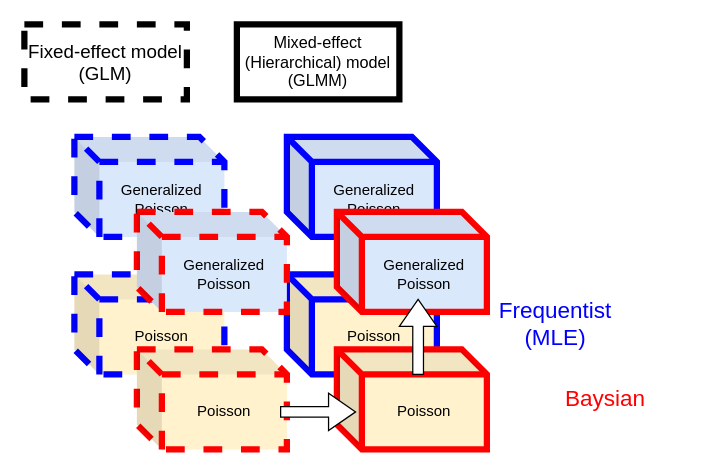
Above: modelping-progression.drawio in cld4h/draw.io-documents (draw.io), before the change. Source tidied: cells renumbered, new cells numbered last; positions are measured from the earlier drawing's top-left corner, leaving out a move shared by most shapes. Both pictures are drawn from the tidied source at 125%, with x=0, y=0 at pixel (24, 24).
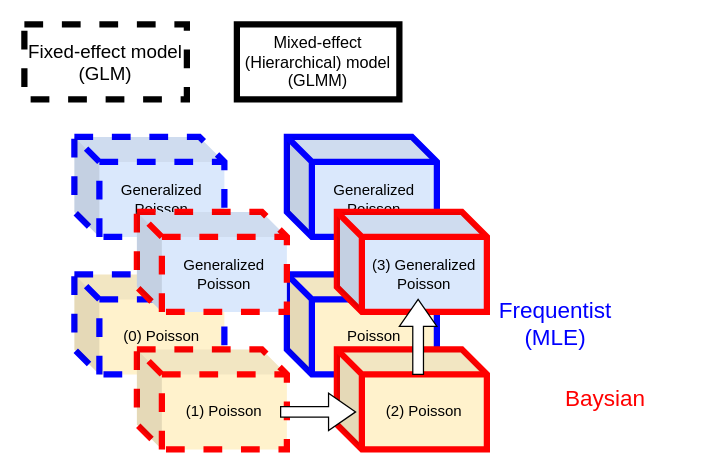
Above is the later version.

Change to the diagram source:
```diff
@@
 <mxGraphModel>
   <root>
     <mxCell id="0" />
     <mxCell id="1" parent="0" />
-    <mxCell id="2" value="Poisson" style="shape=cube;whiteSpace=wrap;html=1;boundedLbl=1;backgroundOutline=1;darkOpacity=0.05;darkOpacity2=0.1;fillColor=#fff2cc;strokeColor=#0000FF;strokeWidth=5;dashed=1;" parent="1" vertex="1">
+    <mxCell id="2" value="(0) Poisson" style="shape=cube;whiteSpace=wrap;html=1;boundedLbl=1;backgroundOutline=1;darkOpacity=0.05;darkOpacity2=0.1;fillColor=#fff2cc;strokeColor=#0000FF;strokeWidth=5;dashed=1;" parent="1" vertex="1">
       <mxGeometry x="40" y="200" width="120" height="80" as="geometry" />
     </mxCell>
-    <mxCell id="3" value="Poisson" style="shape=cube;whiteSpace=wrap;html=1;boundedLbl=1;backgroundOutline=1;darkOpacity=0.05;darkOpacity2=0.1;fillColor=#fff2cc;strokeColor=#FF0000;strokeWidth=5;dashed=1;" parent="1" vertex="1">
+    <mxCell id="3" value="(1) Poisson" style="shape=cube;whiteSpace=wrap;html=1;boundedLbl=1;backgroundOutline=1;darkOpacity=0.05;darkOpacity2=0.1;fillColor=#fff2cc;strokeColor=#FF0000;strokeWidth=5;dashed=1;" parent="1" vertex="1">
       <mxGeometry x="90" y="260" width="120" height="80" as="geometry" />
     </mxCell>
     <mxCell id="4" value="Poisson" style="shape=cube;whiteSpace=wrap;html=1;boundedLbl=1;backgroundOutline=1;darkOpacity=0.05;darkOpacity2=0.1;fillColor=#fff2cc;strokeColor=#0000FF;strokeWidth=5;" parent="1" vertex="1">
       <mxGeometry x="210" y="200" width="120" height="80" as="geometry" />
     </mxCell>
-    <mxCell id="5" value="Poisson" style="shape=cube;whiteSpace=wrap;html=1;boundedLbl=1;backgroundOutline=1;darkOpacity=0.05;darkOpacity2=0.1;fillColor=#fff2cc;strokeColor=#FF0000;strokeWidth=5;" parent="1" vertex="1">
+    <mxCell id="5" value="(2) Poisson" style="shape=cube;whiteSpace=wrap;html=1;boundedLbl=1;backgroundOutline=1;darkOpacity=0.05;darkOpacity2=0.1;fillColor=#fff2cc;strokeColor=#FF0000;strokeWidth=5;" parent="1" vertex="1">
       <mxGeometry x="250" y="260" width="120" height="80" as="geometry" />
     </mxCell>
     <mxCell id="6" value="Generalized Poisson" style="shape=cube;whiteSpace=wrap;html=1;boundedLbl=1;backgroundOutline=1;darkOpacity=0.05;darkOpacity2=0.1;fillColor=#dae8fc;strokeColor=#0000FF;strokeWidth=5;dashed=1;" parent="1" vertex="1">
       <mxGeometry x="40" y="90" width="120" height="80" as="geometry" />
     </mxCell>
     <mxCell id="7" value="Generalized Poisson" style="shape=cube;whiteSpace=wrap;html=1;boundedLbl=1;backgroundOutline=1;darkOpacity=0.05;darkOpacity2=0.1;fillColor=#dae8fc;strokeColor=#FF0000;strokeWidth=5;dashed=1;" parent="1" vertex="1">
       <mxGeometry x="90" y="150" width="120" height="80" as="geometry" />
     </mxCell>
     <mxCell id="8" value="Generalized Poisson" style="shape=cube;whiteSpace=wrap;html=1;boundedLbl=1;backgroundOutline=1;darkOpacity=0.05;darkOpacity2=0.1;fillColor=#dae8fc;strokeColor=#0000FF;strokeWidth=5;" parent="1" vertex="1">
       <mxGeometry x="210" y="90" width="120" height="80" as="geometry" />
     </mxCell>
-    <mxCell id="9" value="Generalized Poisson" style="shape=cube;whiteSpace=wrap;html=1;boundedLbl=1;backgroundOutline=1;darkOpacity=0.05;darkOpacity2=0.1;fillColor=#dae8fc;strokeColor=#FF0000;strokeWidth=5;" parent="1" vertex="1">
+    <mxCell id="9" value="(3) Generalized Poisson" style="shape=cube;whiteSpace=wrap;html=1;boundedLbl=1;backgroundOutline=1;darkOpacity=0.05;darkOpacity2=0.1;fillColor=#dae8fc;strokeColor=#FF0000;strokeWidth=5;" parent="1" vertex="1">
       <mxGeometry x="250" y="150" width="120" height="80" as="geometry" />
     </mxCell>
     <mxCell id="10" value="&lt;font style=&quot;font-size: 15px;&quot;&gt;Fixed-effect model (GLM)&lt;/font&gt;" style="text;html=1;align=center;verticalAlign=middle;whiteSpace=wrap;rounded=0;dashed=1;strokeWidth=5;strokeColor=default;" parent="1" vertex="1">
       <mxGeometry width="130" height="60" as="geometry" />
     </mxCell>
     <mxCell id="11" value="&lt;font style=&quot;font-size: 13px;&quot;&gt;Mixed-effect (Hierarchical) model (GLMM)&lt;/font&gt;" style="text;html=1;align=center;verticalAlign=middle;whiteSpace=wrap;rounded=0;strokeWidth=5;strokeColor=default;" parent="1" vertex="1">
       <mxGeometry x="170" width="130" height="60" as="geometry" />
     </mxCell>
     <mxCell id="12" value="&lt;font style=&quot;font-size: 18px; color: rgb(255, 0, 0);&quot;&gt;Baysian&lt;/font&gt;" style="text;html=1;align=center;verticalAlign=middle;whiteSpace=wrap;rounded=0;strokeWidth=5;strokeColor=none;" parent="1" vertex="1">
       <mxGeometry x="400" y="270" width="130" height="60" as="geometry" />
     </mxCell>
     <mxCell id="13" value="&lt;font style=&quot;font-size: 18px; color: rgb(0, 0, 255);&quot;&gt;Frequentist (MLE)&lt;/font&gt;" style="text;html=1;align=center;verticalAlign=middle;whiteSpace=wrap;rounded=0;strokeWidth=5;strokeColor=none;" parent="1" vertex="1">
       <mxGeometry x="360" y="210" width="130" height="60" as="geometry" />
     </mxCell>
     <mxCell id="14" style="shape=singleArrow;direction=north;whiteSpace=wrap;html=1;arrowWidth=0.285107421875;arrowSize=0.360992431640625;rotation=90;" parent="1" vertex="1">
       <mxGeometry x="220" y="280" width="30" height="60" as="geometry" />
     </mxCell>
     <mxCell id="15" style="shape=singleArrow;direction=north;whiteSpace=wrap;html=1;arrowWidth=0.285107421875;arrowSize=0.360992431640625;rotation=0;" parent="1" vertex="1">
       <mxGeometry x="300" y="220" width="30" height="60" as="geometry" />
     </mxCell>
   </root>
 </mxGraphModel>
```
